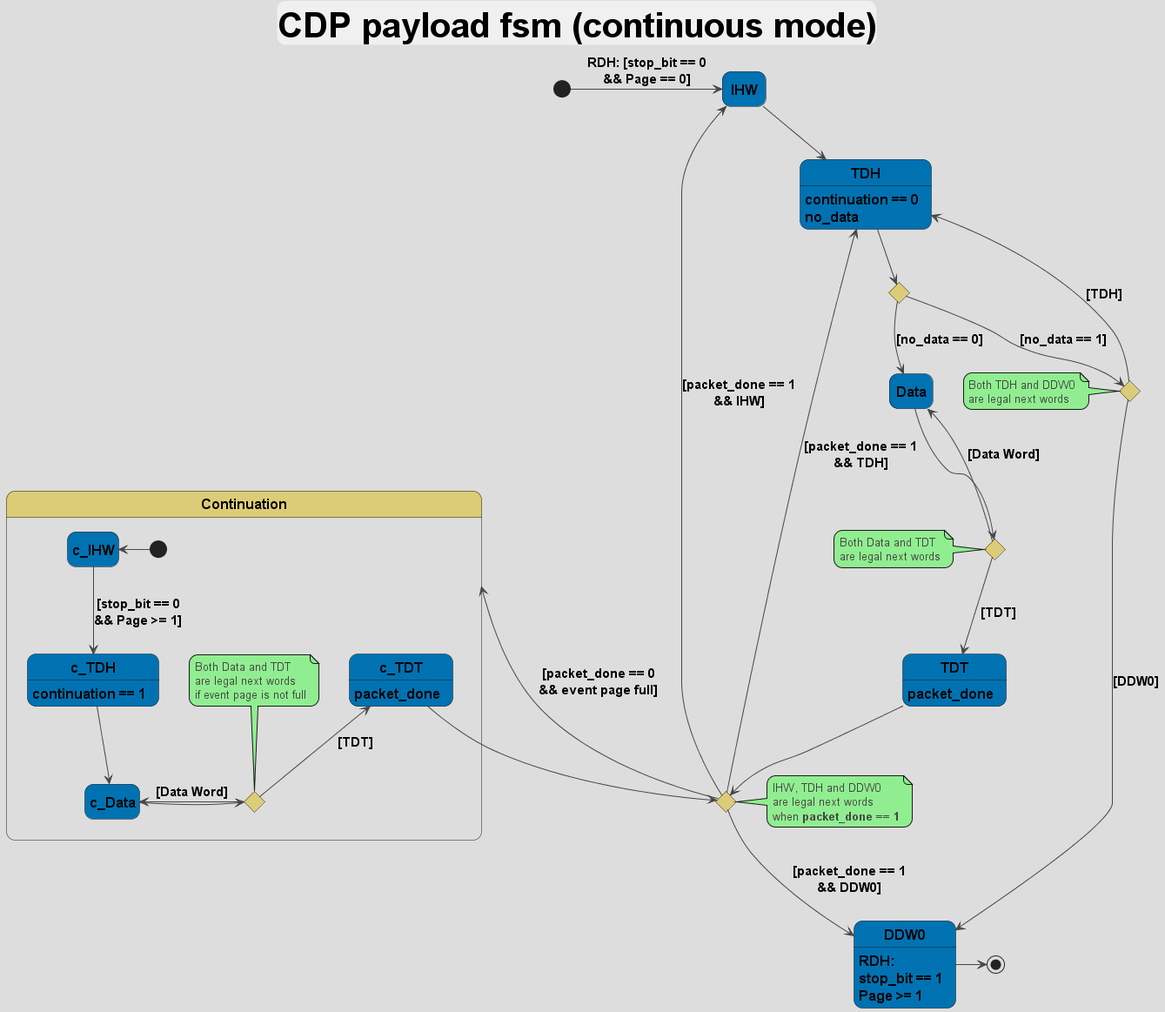
Earlier version of the PlantUML export doc/CDP_payload_StateMachine (continuous mode).png (CramBL/fastPASTA).
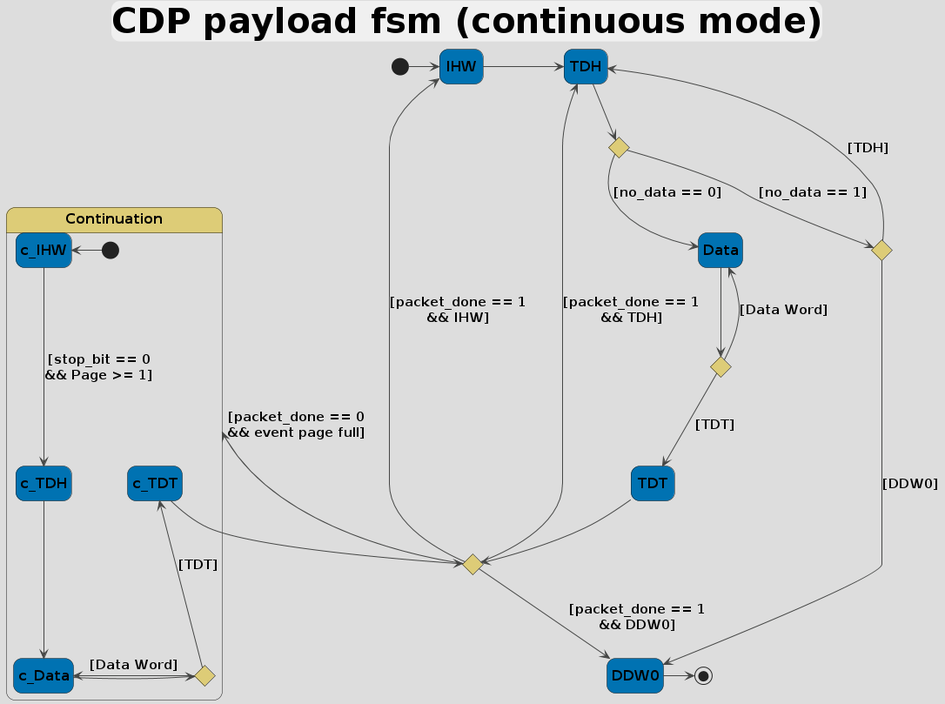
Later version of the same file.

Commit message:
Clean up and simplify CDP payload FSM

Change to the diagram source:
```diff
@@ -38,18 +38,15 @@
 
 
 
-[*] -right-----> IHW : **RDH:** [stop_bit == 0\n&& Page == 0]
+[*] -right-----> IHW
 
-IHW --> TDH
+IHW -right-> TDH
 
 TDH --> after_TDH
-TDH: continuation == 0
-TDH: no_data
 
 after_TDH --> Data : [no_data == 0]
 after_TDH --> after_TDH_no_data : [no_data == 1]
 
-note left of after_TDH_no_data : Both TDH and DDW0\nare legal next words
 
 after_TDH_no_data --> TDH : [TDH]
 after_TDH_no_data --> DDW0 : [DDW0]
@@ -57,42 +54,35 @@
 
 Data --> after_Data
 
-note left of after_Data : Both Data and TDT\nare legal next words
 
 after_Data --> Data : [Data Word]
 after_Data --> TDT : [TDT]
-TDT: packet_done
 
 TDT --> after_TDT
 after_TDT --> TDH : [packet_done == 1\n&& TDH]
 after_TDT --> DDW0 : [packet_done == 1\n&& DDW0]
 after_TDT --> IHW : [packet_done == 1\n&& IHW]
 after_TDT --> Continuation : [packet_done == 0\n&& event page full]
-note right of after_TDT : IHW, TDH and DDW0\nare legal next words\nwhen **packet_done == 1**
 
 state Continuation #DDCC77 {
   state after_c_Data <<choice>>
     [*] -left---> c_IHW
     c_IHW --> c_TDH : [stop_bit == 0\n&& Page >= 1]
-    c_TDH: continuation == 1
 
 
     c_TDH --> c_Data
     c_Data -> after_c_Data
 
-    after_c_Data -> c_Data : [Data Word]
+    after_c_Data -left-> c_Data : [Data Word]
     after_c_Data -up-> c_TDT : [TDT]
 
-    c_TDT: packet_done
     c_TDT -down-> after_TDT
 
-    note top of after_c_Data : Both Data and TDT\nare legal next words\nif event page is not full
 
 }
 
 
 
 DDW0 -----right-----> [*]
-DDW0: **RDH:**\nstop_bit == 1\nPage >= 1
 
 @enduml
```
